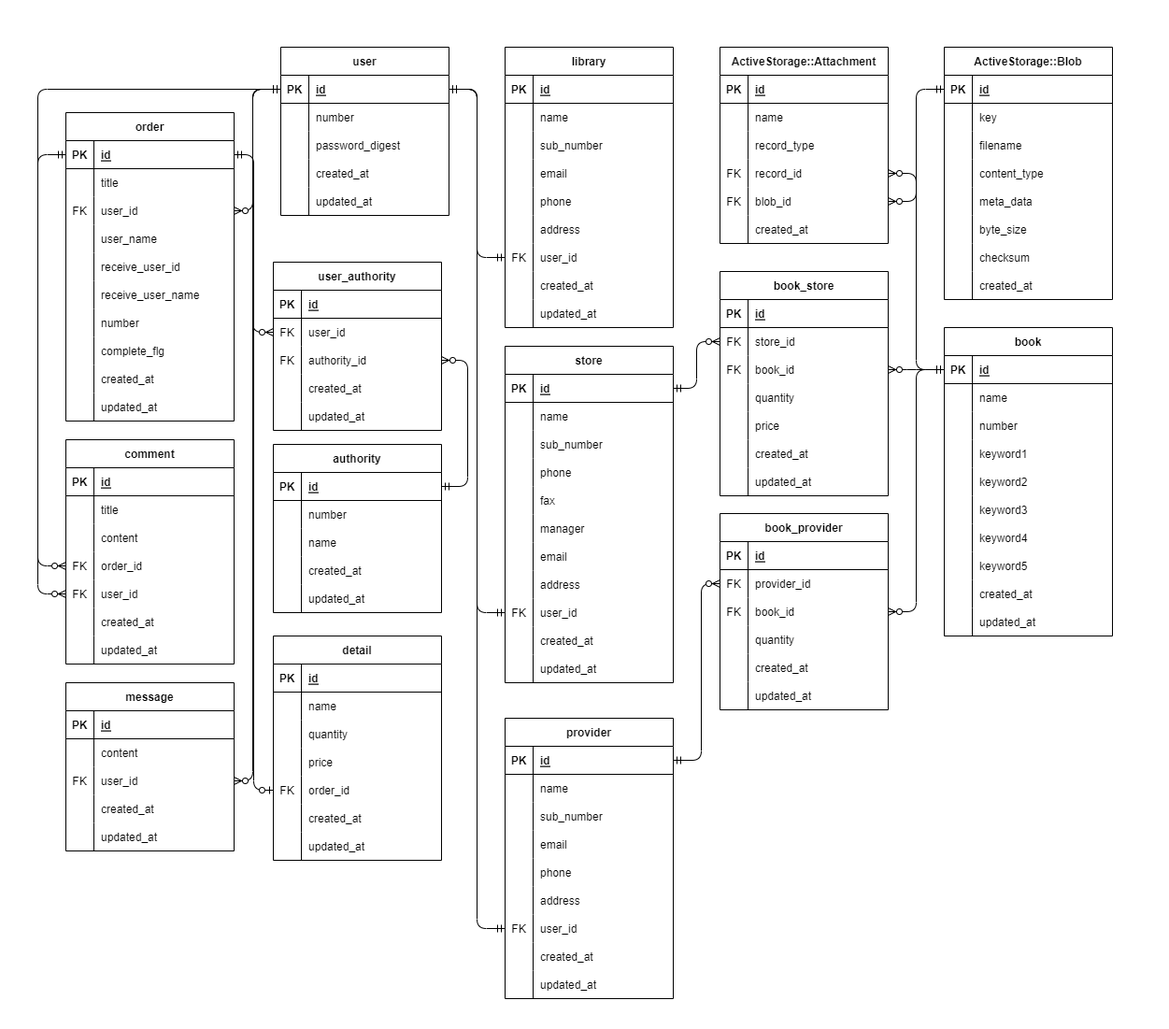
Before: DotLibrary_ER.png, a diagram exported from draw.io (yoshihiro-kawabata/DotLibrary). Source tidied: cells renumbered, new cells last; positions are measured from the earlier drawing's top-left corner, leaving out a move shared by most shapes.
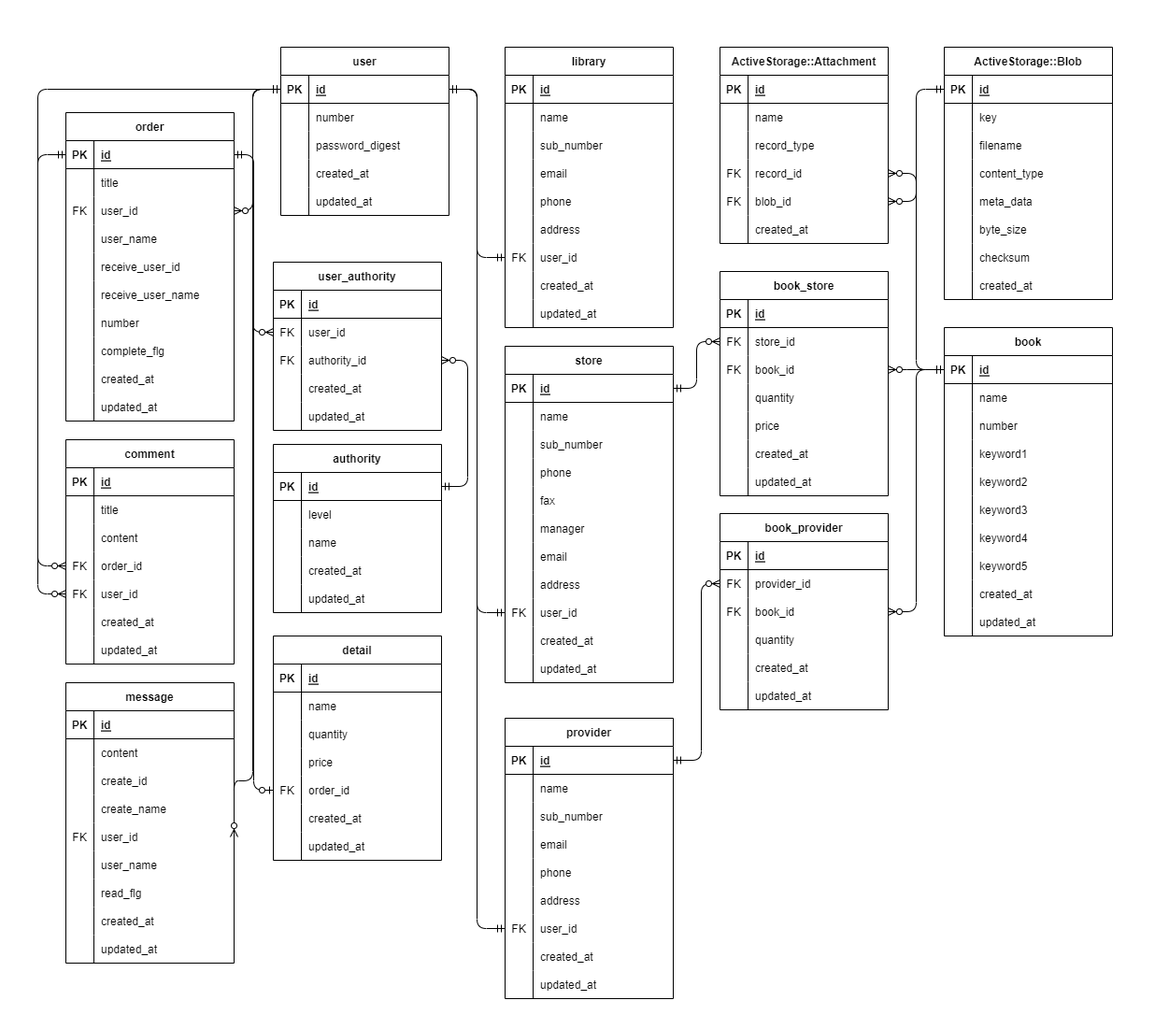
Later version of the same file.

Change to the diagram source:
```diff
@@ -714,7 +714,7 @@
       <mxGeometry relative="1" as="geometry" />
     </mxCell>
     <mxCell id="234" value="message" style="shape=table;startSize=30;rowLines=0;fontStyle=1;align=center;strokeColor=#000000;fontColor=#000000;fillColor=none;" parent="1" vertex="1">
-      <mxGeometry x="70" y="730" width="180" height="180" as="geometry" />
+      <mxGeometry x="70" y="730" width="180" height="300" as="geometry" />
     </mxCell>
     <mxCell id="235" style="shape=partialRectangle;fillColor=none;top=0;left=0;bottom=1;right=0;strokeColor=#000000;fontColor=#000000;" parent="234" vertex="1">
       <mxGeometry y="30" width="180" height="30" as="geometry" />
@@ -734,8 +734,26 @@
     <mxCell id="240" value="content" style="shape=partialRectangle;fillColor=none;top=0;left=0;bottom=0;right=0;align=left;spacingLeft=6;overflow=hidden;strokeColor=#000000;fontColor=#000000;" parent="238" vertex="1">
       <mxGeometry x="30" width="150" height="30" as="geometry" />
     </mxCell>
+    <mxCell id="364" style="shape=partialRectangle;fillColor=none;top=0;left=0;bottom=0;right=0;strokeColor=#000000;fontColor=#000000;" parent="234" vertex="1">
+      <mxGeometry y="90" width="180" height="30" as="geometry" />
+    </mxCell>
+    <mxCell id="365" style="shape=partialRectangle;fillColor=none;top=0;left=0;bottom=0;right=0;overflow=hidden;strokeColor=#000000;fontColor=#000000;" parent="364" vertex="1">
+      <mxGeometry width="30" height="30" as="geometry" />
+    </mxCell>
+    <mxCell id="366" value="create_id" style="shape=partialRectangle;fillColor=none;top=0;left=0;bottom=0;right=0;align=left;spacingLeft=6;overflow=hidden;strokeColor=#000000;fontColor=#000000;" parent="364" vertex="1">
+      <mxGeometry x="30" width="150" height="30" as="geometry" />
+    </mxCell>
+    <mxCell id="367" style="shape=partialRectangle;fillColor=none;top=0;left=0;bottom=0;right=0;strokeColor=#000000;fontColor=#000000;" parent="234" vertex="1">
+      <mxGeometry y="120" width="180" height="30" as="geometry" />
+    </mxCell>
+    <mxCell id="368" style="shape=partialRectangle;fillColor=none;top=0;left=0;bottom=0;right=0;overflow=hidden;strokeColor=#000000;fontColor=#000000;" parent="367" vertex="1">
+      <mxGeometry width="30" height="30" as="geometry" />
+    </mxCell>
+    <mxCell id="369" value="create_name" style="shape=partialRectangle;fillColor=none;top=0;left=0;bottom=0;right=0;align=left;spacingLeft=6;overflow=hidden;strokeColor=#000000;fontColor=#000000;" parent="367" vertex="1">
+      <mxGeometry x="30" width="150" height="30" as="geometry" />
+    </mxCell>
     <mxCell id="241" style="shape=partialRectangle;fillColor=none;top=0;left=0;bottom=0;right=0;points=[[0,0.5],[1,0.5]];portConstraint=eastwest;strokeColor=#000000;fontColor=#000000;" parent="234" vertex="1">
-      <mxGeometry y="90" width="180" height="30" as="geometry" />
+      <mxGeometry y="150" width="180" height="30" as="geometry" />
     </mxCell>
     <mxCell id="242" value="FK" style="shape=partialRectangle;fillColor=none;top=0;left=0;bottom=0;right=0;overflow=hidden;strokeColor=#000000;fontColor=#000000;" parent="241" vertex="1">
       <mxGeometry width="30" height="30" as="geometry" />
@@ -743,8 +761,26 @@
     <mxCell id="243" value="user_id" style="shape=partialRectangle;fillColor=none;top=0;left=0;bottom=0;right=0;align=left;spacingLeft=6;overflow=hidden;strokeColor=#000000;fontColor=#000000;" parent="241" vertex="1">
       <mxGeometry x="30" width="150" height="30" as="geometry" />
     </mxCell>
+    <mxCell id="370" style="shape=partialRectangle;fillColor=none;top=0;left=0;bottom=0;right=0;strokeColor=#000000;fontColor=#000000;" parent="234" vertex="1">
+      <mxGeometry y="180" width="180" height="30" as="geometry" />
+    </mxCell>
+    <mxCell id="371" style="shape=partialRectangle;fillColor=none;top=0;left=0;bottom=0;right=0;overflow=hidden;strokeColor=#000000;fontColor=#000000;" parent="370" vertex="1">
+      <mxGeometry width="30" height="30" as="geometry" />
+    </mxCell>
+    <mxCell id="372" value="user_name" style="shape=partialRectangle;fillColor=none;top=0;left=0;bottom=0;right=0;align=left;spacingLeft=6;overflow=hidden;strokeColor=#000000;fontColor=#000000;" parent="370" vertex="1">
+      <mxGeometry x="30" width="150" height="30" as="geometry" />
+    </mxCell>
+    <mxCell id="373" style="shape=partialRectangle;fillColor=none;top=0;left=0;bottom=0;right=0;strokeColor=#000000;fontColor=#000000;" parent="234" vertex="1">
+      <mxGeometry y="210" width="180" height="30" as="geometry" />
+    </mxCell>
+    <mxCell id="374" style="shape=partialRectangle;fillColor=none;top=0;left=0;bottom=0;right=0;overflow=hidden;strokeColor=#000000;fontColor=#000000;" parent="373" vertex="1">
+      <mxGeometry width="30" height="30" as="geometry" />
+    </mxCell>
+    <mxCell id="375" value="read_flg" style="shape=partialRectangle;fillColor=none;top=0;left=0;bottom=0;right=0;align=left;spacingLeft=6;overflow=hidden;strokeColor=#000000;fontColor=#000000;" parent="373" vertex="1">
+      <mxGeometry x="30" width="150" height="30" as="geometry" />
+    </mxCell>
     <mxCell id="244" style="shape=partialRectangle;fillColor=none;top=0;left=0;bottom=0;right=0;strokeColor=#000000;fontColor=#000000;" parent="234" vertex="1">
-      <mxGeometry y="120" width="180" height="30" as="geometry" />
+      <mxGeometry y="240" width="180" height="30" as="geometry" />
     </mxCell>
     <mxCell id="245" style="shape=partialRectangle;fillColor=none;top=0;left=0;bottom=0;right=0;overflow=hidden;strokeColor=#000000;fontColor=#000000;" parent="244" vertex="1">
       <mxGeometry width="30" height="30" as="geometry" />
@@ -753,7 +789,7 @@
       <mxGeometry x="30" width="150" height="30" as="geometry" />
     </mxCell>
     <mxCell id="247" style="shape=partialRectangle;fillColor=none;top=0;left=0;bottom=0;right=0;strokeColor=#000000;fontColor=#000000;" parent="234" vertex="1">
-      <mxGeometry y="150" width="180" height="30" as="geometry" />
+      <mxGeometry y="270" width="180" height="30" as="geometry" />
     </mxCell>
     <mxCell id="248" style="shape=partialRectangle;fillColor=none;top=0;left=0;bottom=0;right=0;overflow=hidden;strokeColor=#000000;fontColor=#000000;" parent="247" vertex="1">
       <mxGeometry width="30" height="30" as="geometry" />
@@ -835,7 +871,7 @@
     <mxCell id="272" style="shape=partialRectangle;fillColor=none;top=0;left=0;bottom=0;right=0;overflow=hidden;strokeColor=#000000;fontColor=#000000;" parent="271" vertex="1">
       <mxGeometry width="30" height="30" as="geometry" />
     </mxCell>
-    <mxCell id="273" value="number" style="shape=partialRectangle;fillColor=none;top=0;left=0;bottom=0;right=0;align=left;spacingLeft=6;overflow=hidden;strokeColor=#000000;fontColor=#000000;" parent="271" vertex="1">
+    <mxCell id="273" value="level" style="shape=partialRectangle;fillColor=none;top=0;left=0;bottom=0;right=0;align=left;spacingLeft=6;overflow=hidden;strokeColor=#000000;fontColor=#000000;" parent="271" vertex="1">
       <mxGeometry x="30" width="150" height="30" as="geometry" />
     </mxCell>
     <mxCell id="274" style="shape=partialRectangle;fillColor=none;top=0;left=0;bottom=0;right=0;strokeColor=#000000;fontColor=#000000;" parent="267" vertex="1">
```
